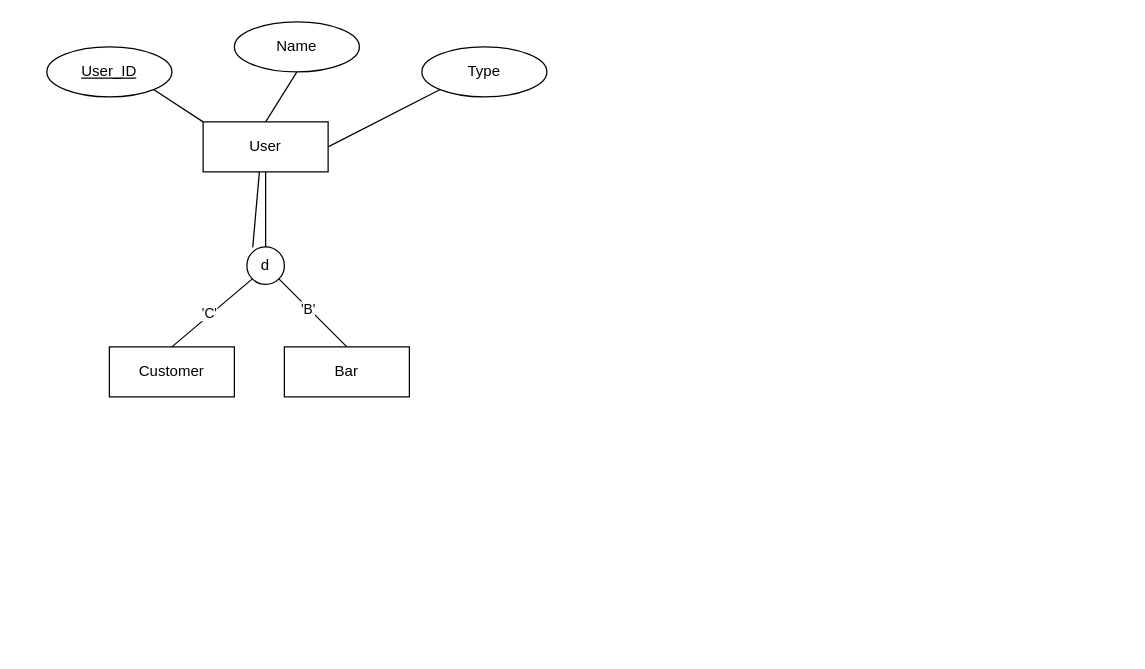
The draw.io diagram finalProjectERD.drawio in tp12356twNccu/Database_NCCU, before the edit. Source tidied: cells renumbered, new cells numbered last; positions are measured from the earlier drawing's top-left corner, leaving out a move shared by most shapes. Both pictures are drawn from the tidied source at 125%, with x=0, y=0 at pixel (46, 21).
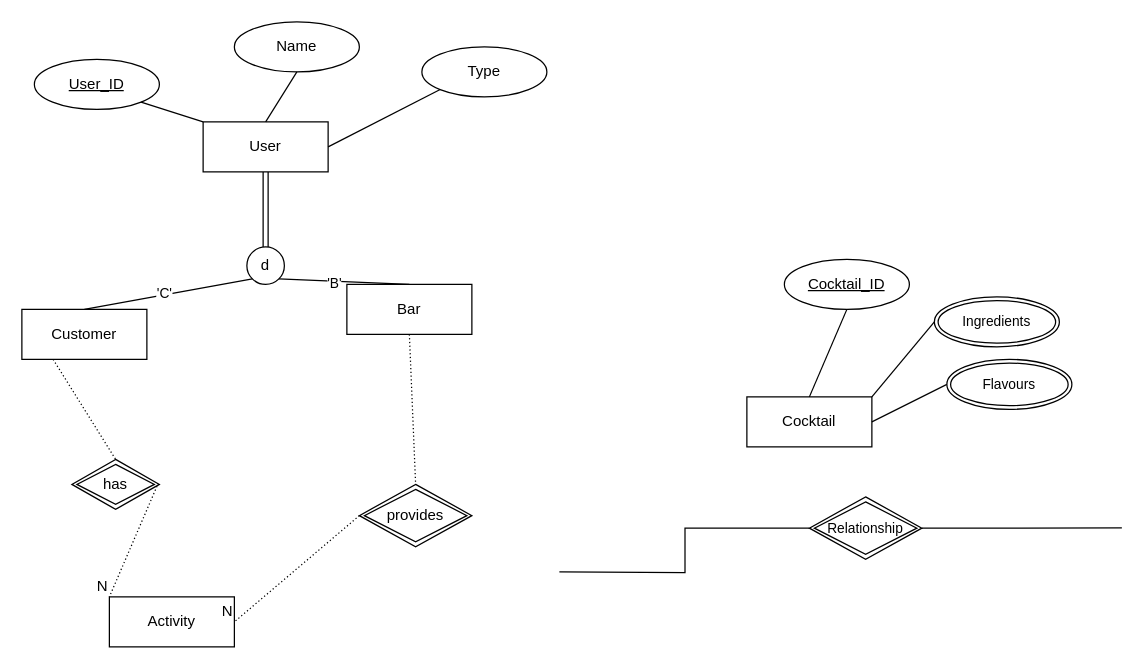
The same page after the edit.

Unchanged cells that the change refers to:
```xml
<mxCell id="2" value="User" style="whiteSpace=wrap;html=1;align=center;" parent="1" vertex="1">
  <mxGeometry x="125" y="80" width="100" height="40" as="geometry" />
</mxCell>
<mxCell id="6" value="d" style="ellipse;whiteSpace=wrap;html=1;" parent="1" vertex="1">
  <mxGeometry x="160" y="180" width="30" height="30" as="geometry" />
</mxCell>
```

Diff of the diagram source:
```diff
@@
     <mxCell id="3" value="User_ID" style="ellipse;whiteSpace=wrap;html=1;align=center;fontStyle=4;" parent="1" vertex="1">
-      <mxGeometry y="20" width="100" height="40" as="geometry" />
+      <mxGeometry x="-10" y="30" width="100" height="40" as="geometry" />
     </mxCell>
@@
-    <mxCell id="7" style="endArrow=none;html=1;rounded=0;entryX=0.5;entryY=0;entryDx=0;entryDy=0;exitX=0.5;exitY=1;exitDx=0;exitDy=0;" parent="1" edge="1" source="2" target="6">
+    <mxCell id="7" style="endArrow=none;html=1;rounded=0;entryX=0.5;entryY=0;entryDx=0;entryDy=0;exitX=0.5;exitY=1;exitDx=0;exitDy=0;shape=link;" parent="1" edge="1" source="2" target="6">
       <mxGeometry relative="1" as="geometry" />
     </mxCell>
-    <mxCell id="8" style="endArrow=none;html=1;rounded=0;entryX=0.157;entryY=0.014;entryDx=0;entryDy=0;exitX=0.5;exitY=1;exitDx=0;exitDy=0;entryPerimeter=0;" parent="1" edge="1" target="6">
-      <mxGeometry relative="1" as="geometry">
-        <mxPoint x="170" y="120" as="sourcePoint" />
-      </mxGeometry>
-    </mxCell>
@@
     <mxCell id="12" value="Customer" style="whiteSpace=wrap;html=1;align=center;" parent="1" vertex="1">
-      <mxGeometry x="50" y="260" width="100" height="40" as="geometry" />
+      <mxGeometry x="-20" y="230" width="100" height="40" as="geometry" />
     </mxCell>
     <mxCell id="13" value="Bar" style="whiteSpace=wrap;html=1;align=center;" parent="1" vertex="1">
-      <mxGeometry x="190" y="260" width="100" height="40" as="geometry" />
+      <mxGeometry x="240" y="210" width="100" height="40" as="geometry" />
     </mxCell>
@@
+    <mxCell id="18" value="Activity" style="whiteSpace=wrap;html=1;align=center;" parent="1" vertex="1">
+      <mxGeometry x="50" y="460" width="100" height="40" as="geometry" />
+    </mxCell>
+    <mxCell id="19" style="endArrow=none;html=1;rounded=0;dashed=1;dashPattern=1 2;entryX=0.5;entryY=0;entryDx=0;entryDy=0;exitX=0.25;exitY=1;exitDx=0;exitDy=0;" parent="1" edge="1" source="12" target="21">
+      <mxGeometry relative="1" as="geometry" />
+    </mxCell>
+    <mxCell id="20" style="html=1;whiteSpace=wrap;align=right;verticalAlign=bottom;" parent="19" vertex="1">
+      <mxGeometry x="1" relative="1" as="geometry" />
+    </mxCell>
+    <mxCell id="21" value="has" style="shape=rhombus;double=1;perimeter=rhombusPerimeter;whiteSpace=wrap;html=1;align=center;" parent="1" vertex="1">
+      <mxGeometry x="20" y="350" width="70" height="40" as="geometry" />
+    </mxCell>
+    <mxCell id="22" style="endArrow=none;html=1;rounded=0;dashed=1;dashPattern=1 2;entryX=0;entryY=0;entryDx=0;entryDy=0;exitX=0.973;exitY=0.536;exitDx=0;exitDy=0;exitPerimeter=0;" parent="1" edge="1" source="21" target="18">
+      <mxGeometry relative="1" as="geometry" />
+    </mxCell>
+    <mxCell id="23" value="N" style="html=1;whiteSpace=wrap;align=right;verticalAlign=bottom;" parent="22" vertex="1">
+      <mxGeometry x="1" relative="1" as="geometry" />
+    </mxCell>
+    <mxCell id="24" style="endArrow=none;html=1;rounded=0;dashed=1;dashPattern=1 2;entryX=0.5;entryY=0;entryDx=0;entryDy=0;exitX=0.5;exitY=1;exitDx=0;exitDy=0;" parent="1" edge="1" source="13" target="26">
+      <mxGeometry relative="1" as="geometry" />
+    </mxCell>
+    <mxCell id="25" style="html=1;whiteSpace=wrap;align=right;verticalAlign=bottom;" parent="24" vertex="1">
+      <mxGeometry x="1" relative="1" as="geometry" />
+    </mxCell>
+    <mxCell id="26" value="provides" style="shape=rhombus;double=1;perimeter=rhombusPerimeter;whiteSpace=wrap;html=1;align=center;" parent="1" vertex="1">
+      <mxGeometry x="250" y="370" width="90" height="50" as="geometry" />
+    </mxCell>
+    <mxCell id="27" style="endArrow=none;html=1;rounded=0;dashed=1;dashPattern=1 2;entryX=1;entryY=0.5;entryDx=0;entryDy=0;exitX=0;exitY=0.5;exitDx=0;exitDy=0;" parent="1" edge="1" source="26" target="18">
+      <mxGeometry relative="1" as="geometry" />
+    </mxCell>
+    <mxCell id="28" value="N" style="html=1;whiteSpace=wrap;align=right;verticalAlign=bottom;" parent="27" vertex="1">
+      <mxGeometry x="1" relative="1" as="geometry" />
+    </mxCell>
+    <mxCell id="29" value="Cocktail" style="whiteSpace=wrap;html=1;align=center;" parent="1" vertex="1">
+      <mxGeometry x="560" y="300" width="100" height="40" as="geometry" />
+    </mxCell>
+    <mxCell id="30" style="rounded=0;jettySize=auto;html=1;exitX=0.5;exitY=1;exitDx=0;exitDy=0;entryX=0.5;entryY=0;entryDx=0;entryDy=0;endArrow=none;endFill=0;" parent="1" edge="1" source="31" target="29">
+      <mxGeometry relative="1" as="geometry" />
+    </mxCell>
+    <mxCell id="31" value="Cocktail_ID" style="ellipse;whiteSpace=wrap;html=1;align=center;fontStyle=4;" parent="1" vertex="1">
+      <mxGeometry x="590" y="190" width="100" height="40" as="geometry" />
+    </mxCell>
+    <mxCell id="32" style="edgeStyle=none;shape=connector;rounded=0;jettySize=auto;html=1;exitX=0;exitY=0.5;exitDx=0;exitDy=0;entryX=1;entryY=0;entryDx=0;entryDy=0;labelBackgroundColor=default;strokeColor=default;align=center;verticalAlign=middle;fontFamily=Helvetica;fontSize=11;fontColor=default;endArrow=none;endFill=0;" parent="1" edge="1" source="33" target="29">
+      <mxGeometry relative="1" as="geometry" />
+    </mxCell>
+    <mxCell id="33" value="Ingredients" style="ellipse;shape=doubleEllipse;margin=3;whiteSpace=wrap;html=1;align=center;fontFamily=Helvetica;fontSize=11;fontColor=default;" parent="1" vertex="1">
+      <mxGeometry x="710" y="220" width="100" height="40" as="geometry" />
+    </mxCell>
+    <mxCell id="34" style="edgeStyle=none;shape=connector;rounded=0;jettySize=auto;html=1;exitX=0;exitY=0.5;exitDx=0;exitDy=0;entryX=1;entryY=0.5;entryDx=0;entryDy=0;labelBackgroundColor=default;strokeColor=default;align=center;verticalAlign=middle;fontFamily=Helvetica;fontSize=11;fontColor=default;endArrow=none;endFill=0;" parent="1" edge="1" source="35" target="29">
+      <mxGeometry relative="1" as="geometry" />
+    </mxCell>
+    <mxCell id="35" value="Flavours" style="ellipse;shape=doubleEllipse;margin=3;whiteSpace=wrap;html=1;align=center;fontFamily=Helvetica;fontSize=11;fontColor=default;" parent="1" vertex="1">
+      <mxGeometry x="720" y="270" width="100" height="40" as="geometry" />
+    </mxCell>
+    <mxCell id="36" value="Relationship" style="shape=rhombus;double=1;perimeter=rhombusPerimeter;whiteSpace=wrap;html=1;align=center;fontFamily=Helvetica;fontSize=11;fontColor=default;" parent="1" vertex="1">
+      <mxGeometry x="610" y="380" width="90" height="50" as="geometry" />
+    </mxCell>
+    <mxCell id="37" style="endArrow=none;html=1;rounded=0;labelBackgroundColor=default;strokeColor=default;align=center;verticalAlign=middle;fontFamily=Helvetica;fontSize=11;fontColor=default;shape=connector;entryX=0;entryY=0.5;entryDx=0;entryDy=0;edgeStyle=orthogonalEdgeStyle;" parent="1" edge="1" target="36">
+      <mxGeometry relative="1" as="geometry">
+        <mxPoint x="410" y="440" as="sourcePoint" />
+      </mxGeometry>
+    </mxCell>
+    <mxCell id="38" style="endArrow=none;html=1;rounded=0;labelBackgroundColor=default;strokeColor=default;align=center;verticalAlign=middle;fontFamily=Helvetica;fontSize=11;fontColor=default;shape=connector;exitX=1;exitY=0.5;exitDx=0;exitDy=0;edgeStyle=orthogonalEdgeStyle;" parent="1" edge="1" source="36">
+      <mxGeometry relative="1" as="geometry">
+        <mxPoint x="860" y="404.7" as="targetPoint" />
+      </mxGeometry>
+    </mxCell>
```
